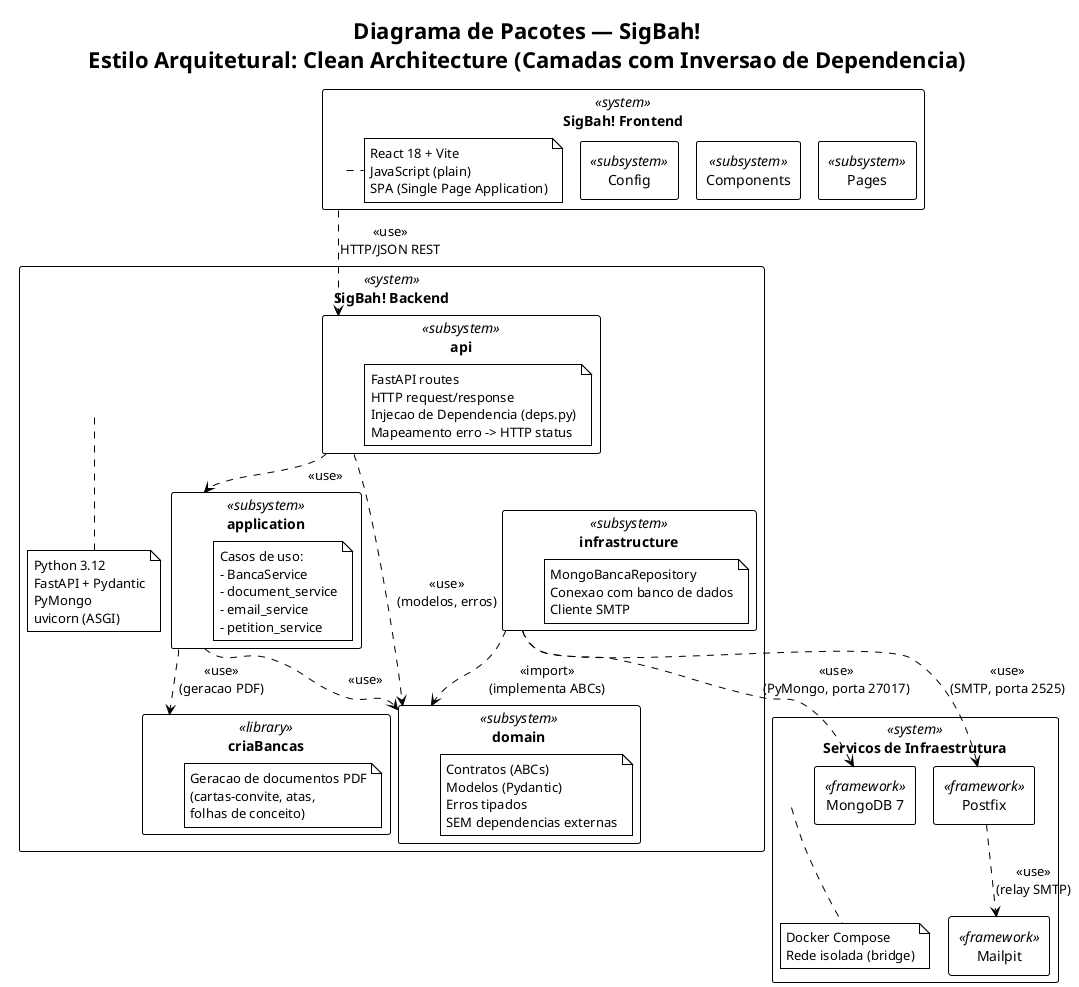
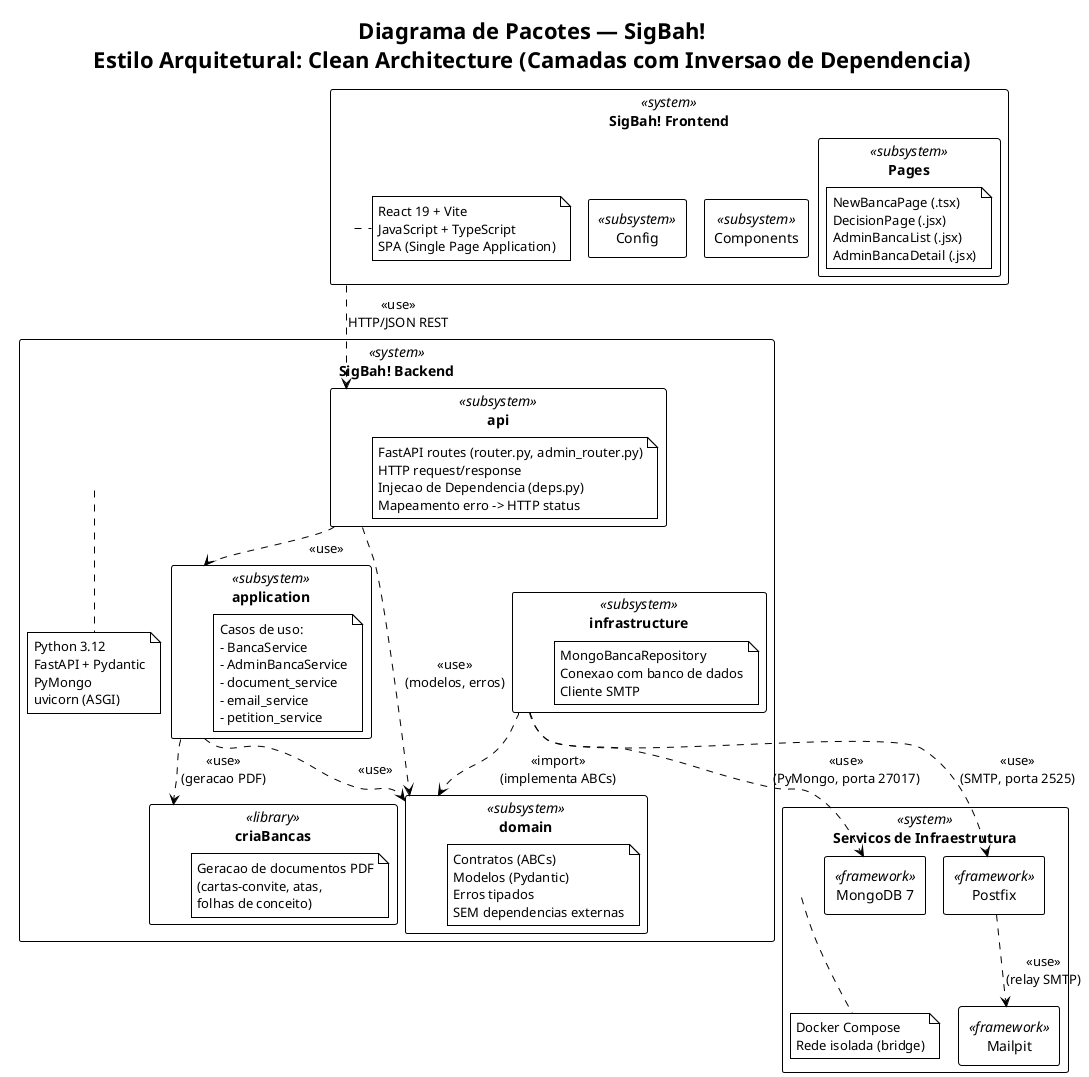
@startuml package-diagram
!pragma layout smetana
!theme plain
skinparam packageStyle rectangle
skinparam shadowing false
skinparam linetype ortho

title Diagrama de Pacotes — SigBah!\nEstilo Arquitetural: Clean Architecture (Camadas com Inversao de Dependencia)

' ============================================================
' TOP-LEVEL SYSTEM: FRONTEND
' ============================================================
package "SigBah! Frontend" <<system>> {
    package "Pages" <<subsystem>> {
+         note as NP
+             NewBancaPage (.tsx)
+             DecisionPage (.jsx)
+             AdminBancaList (.jsx)
+             AdminBancaDetail (.jsx)
+         end note
    }
    package "Components" <<subsystem>> {
    }
    package "Config" <<subsystem>> {
    }
    note right of "SigBah! Frontend"
-         React 18 + Vite
-         JavaScript (plain)
+         React 19 + Vite
+         JavaScript + TypeScript
        SPA (Single Page Application)
    end note
}

' ============================================================
' TOP-LEVEL SYSTEM: BACKEND
' ============================================================
package "SigBah! Backend" <<system>> {

    package "api" <<subsystem>> {
        note as N1
-             FastAPI routes
+             FastAPI routes (router.py, admin_router.py)
            HTTP request/response
            Injecao de Dependencia (deps.py)
            Mapeamento erro -> HTTP status
        end note
    }

    package "application" <<subsystem>> {
        note as N2
            Casos de uso:
            - BancaService
+             - AdminBancaService
            - document_service
            - email_service
            - petition_service
        end note
    }

    package "domain" <<subsystem>> {
        note as N3
            Contratos (ABCs)
            Modelos (Pydantic)
            Erros tipados
            SEM dependencias externas
        end note
    }

    package "infrastructure" <<subsystem>> {
        note as N4
            MongoBancaRepository
            Conexao com banco de dados
            Cliente SMTP
        end note
    }

    package "criaBancas" <<library>> {
        note as N5
            Geracao de documentos PDF
            (cartas-convite, atas,
            folhas de conceito)
        end note
    }

    note bottom of "SigBah! Backend"
        Python 3.12
        FastAPI + Pydantic
        PyMongo
        uvicorn (ASGI)
    end note
}

' ============================================================
' TOP-LEVEL SYSTEM: INFRASTRUCTURE SERVICES
' ============================================================
package "Servicos de Infraestrutura" <<system>> {
    package "MongoDB 7" <<framework>> {
    }
    package "Postfix" <<framework>> {
    }
    package "Mailpit" <<framework>> {
    }
    note bottom of "Servicos de Infraestrutura"
        Docker Compose
        Rede isolada (bridge)
    end note
}

' ============================================================
' DEPENDENCIAS
' ============================================================

' Frontend -> Backend (via HTTP)
"SigBah! Frontend" ..> "api" : <<use>>\nHTTP/JSON REST

' Camadas internas do Backend (deps apontam para dentro)
"api" ..> "application" : <<use>>
"api" ..> "domain" : <<use>>\n(modelos, erros)
"application" ..> "domain" : <<use>>
"infrastructure" ..> "domain" : <<import>>\n(implementa ABCs)

' Application usa biblioteca de PDF
"application" ..> "criaBancas" : <<use>>\n(geracao PDF)

' Infrastructure -> Servicos externos
"infrastructure" ..> "MongoDB 7" : <<use>>\n(PyMongo, porta 27017)
"infrastructure" ..> "Postfix" : <<use>>\n(SMTP, porta 2525)

' Postfix relay para Mailpit
"Postfix" ..> "Mailpit" : <<use>>\n(relay SMTP)

@enduml
